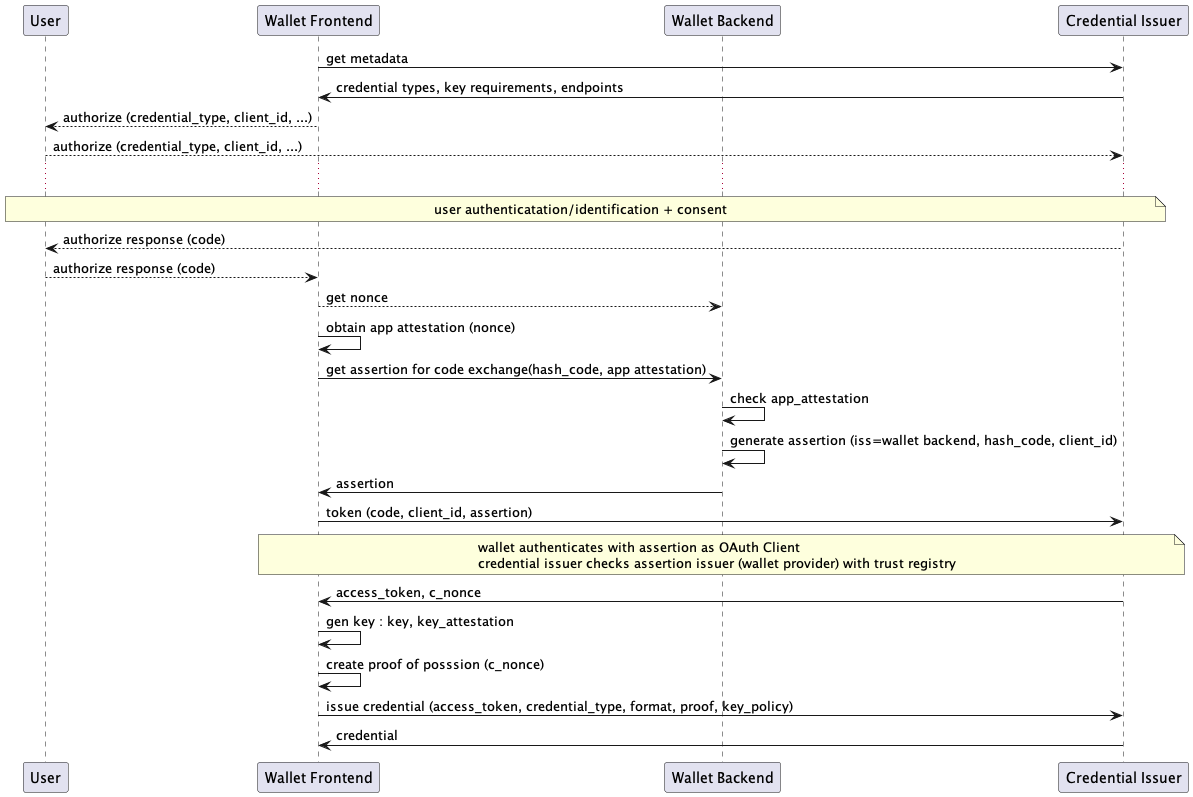
openid/OpenID4VCI keeps this PlantUML diagram as diagrams/attestation_native_app_client_assertion.png. Above is the earlier version.
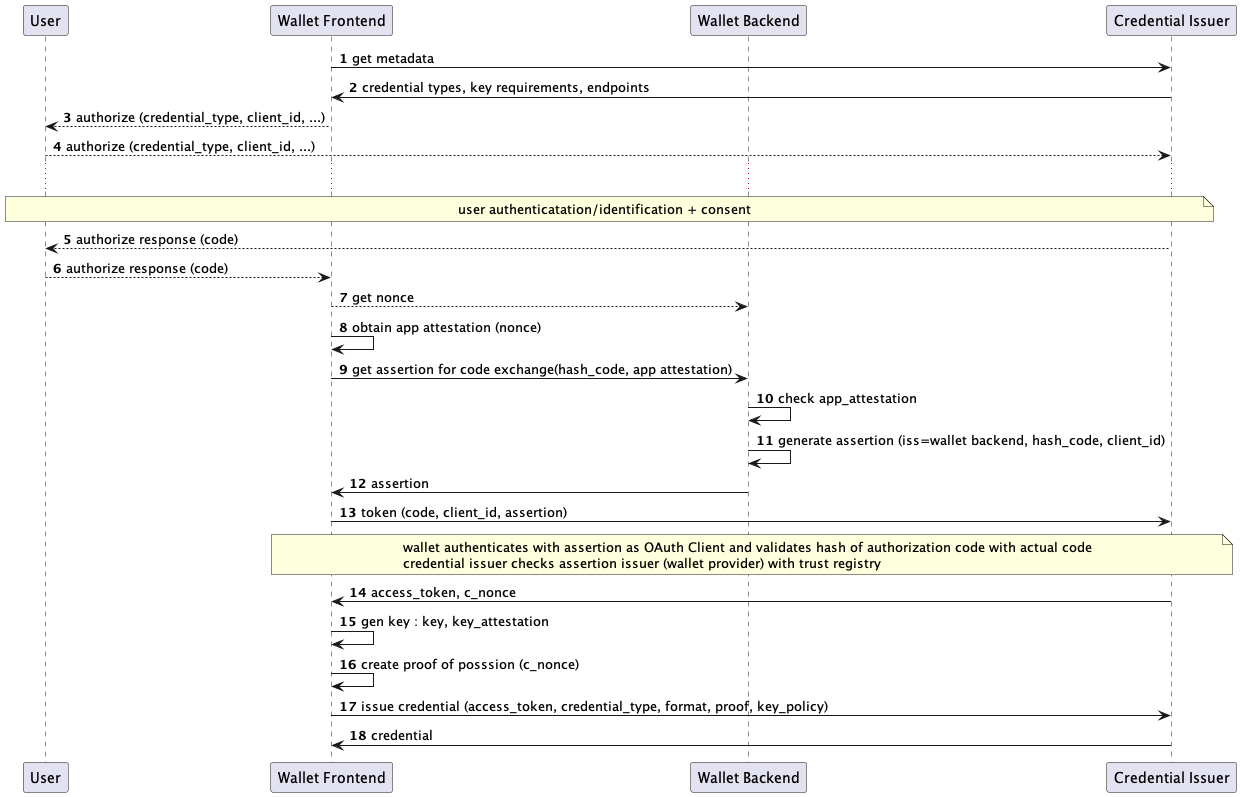
The same diagram one commit later.

Commit message:
turned on autonumbering

Change to the diagram source:
```diff
@@ -1,4 +1,5 @@
 @startuml
+autonumber
 participant User as u
 participant "Wallet Frontend" as w
 participant "Wallet Backend" as b
@@ -19,7 +20,7 @@
 b -> b : generate assertion (iss=wallet backend, hash_code, client_id)
 b -> w : assertion
 w -> i : token (code, client_id, assertion)
-note over w, i: wallet authenticates with assertion as OAuth Client\ncredential issuer checks assertion issuer (wallet provider) with trust registry
+note over w, i: wallet authenticates with assertion as OAuth Client and validates hash of authorization code with actual code\ncredential issuer checks assertion issuer (wallet provider) with trust registry
 i -> w : access_token, c_nonce
 w -> w : gen key : key, key_attestation
 w -> w : create proof of posssion (c_nonce)
```
